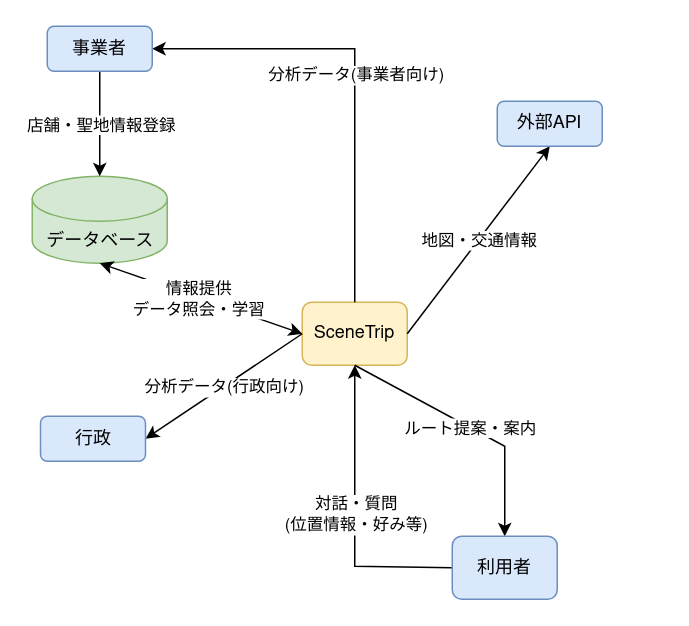
The draw.io diagram docs/figure/softinfo.drawio in r02092/se2025, before the edit. Source tidied: cells renumbered, new cells numbered last; positions are measured from the earlier drawing's top-left corner, leaving out a move shared by most shapes. Both pictures are drawn from the tidied source at 150%, with x=0, y=0 at pixel (32, 26).
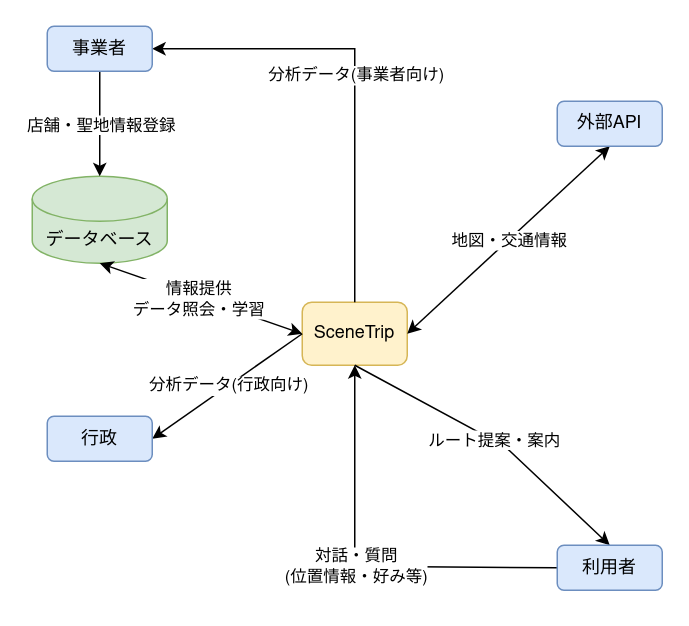
The same page after the edit.

Commit message (it also covers changes not shown here):
情報の流れの図を調整、添削での指摘箇所も修正

The change refers to these unchanged cells:
```xml
<mxCell id="2" value="SceneTrip" style="rounded=1;whiteSpace=wrap;html=1;fillColor=#fff2cc;strokeColor=#d6b656;fontFamily=Nimbus Sans;" parent="1" vertex="1">
  <mxGeometry x="180" y="184" width="70" height="42" as="geometry" />
</mxCell>
```

Diff of the diagram source:
```diff
@@
-    <mxCell id="3" style="shape=cylinder3;whiteSpace=wrap;html=1;boundedLbl=1;backgroundOutline=1;size=15;fillColor=#d5e8d4;strokeColor=#82b366;" parent="1" vertex="1">
+    <mxCell id="3" value="データベース" style="shape=cylinder3;whiteSpace=wrap;html=1;boundedLbl=1;backgroundOutline=1;size=15;fillColor=#d5e8d4;strokeColor=#82b366;" parent="1" vertex="1">
       <mxGeometry y="100" width="90" height="58" as="geometry" />
     </mxCell>
-    <mxCell id="4" value="データベース" style="text;html=1;align=center;verticalAlign=middle;whiteSpace=wrap;rounded=0;" parent="1" vertex="1">
-      <mxGeometry x="5.5" y="128" width="79" height="30" as="geometry" />
-    </mxCell>
@@
-    <mxCell id="9" style="endArrow=classic;html=1;rounded=0;exitX=1;exitY=0.5;exitDx=0;exitDy=0;entryX=0.5;entryY=1;entryDx=0;entryDy=0;" parent="1" edge="1" source="2" target="22">
+    <mxCell id="9" style="endArrow=classic;html=1;rounded=0;exitX=1;exitY=0.5;exitDx=0;exitDy=0;entryX=0.5;entryY=1;entryDx=0;entryDy=0;startArrow=classic;startFill=1;" parent="1" edge="1" source="2" target="22">
       <mxGeometry relative="1" as="geometry" />
     </mxCell>
@@
     <mxCell id="18" value="行政" style="rounded=1;whiteSpace=wrap;html=1;fillColor=#dae8fc;strokeColor=#6c8ebf;" parent="1" vertex="1">
-      <mxGeometry x="5.5" y="260" width="70" height="30" as="geometry" />
+      <mxGeometry x="10" y="260" width="70" height="30" as="geometry" />
     </mxCell>
     <mxCell id="19" value="利用者" style="rounded=1;whiteSpace=wrap;html=1;fillColor=#dae8fc;strokeColor=#6c8ebf;" parent="1" vertex="1">
-      <mxGeometry x="280" y="340" width="70" height="42" as="geometry" />
+      <mxGeometry x="350" y="346" width="70" height="30" as="geometry" />
     </mxCell>
@@
     <mxCell id="22" value="外部API" style="rounded=1;whiteSpace=wrap;html=1;fillColor=#dae8fc;strokeColor=#6c8ebf;fontFamily=Nimbus Sans;" parent="1" vertex="1">
-      <mxGeometry x="310" y="50" width="70" height="30" as="geometry" />
+      <mxGeometry x="350" y="50" width="70" height="30" as="geometry" />
     </mxCell>
```
